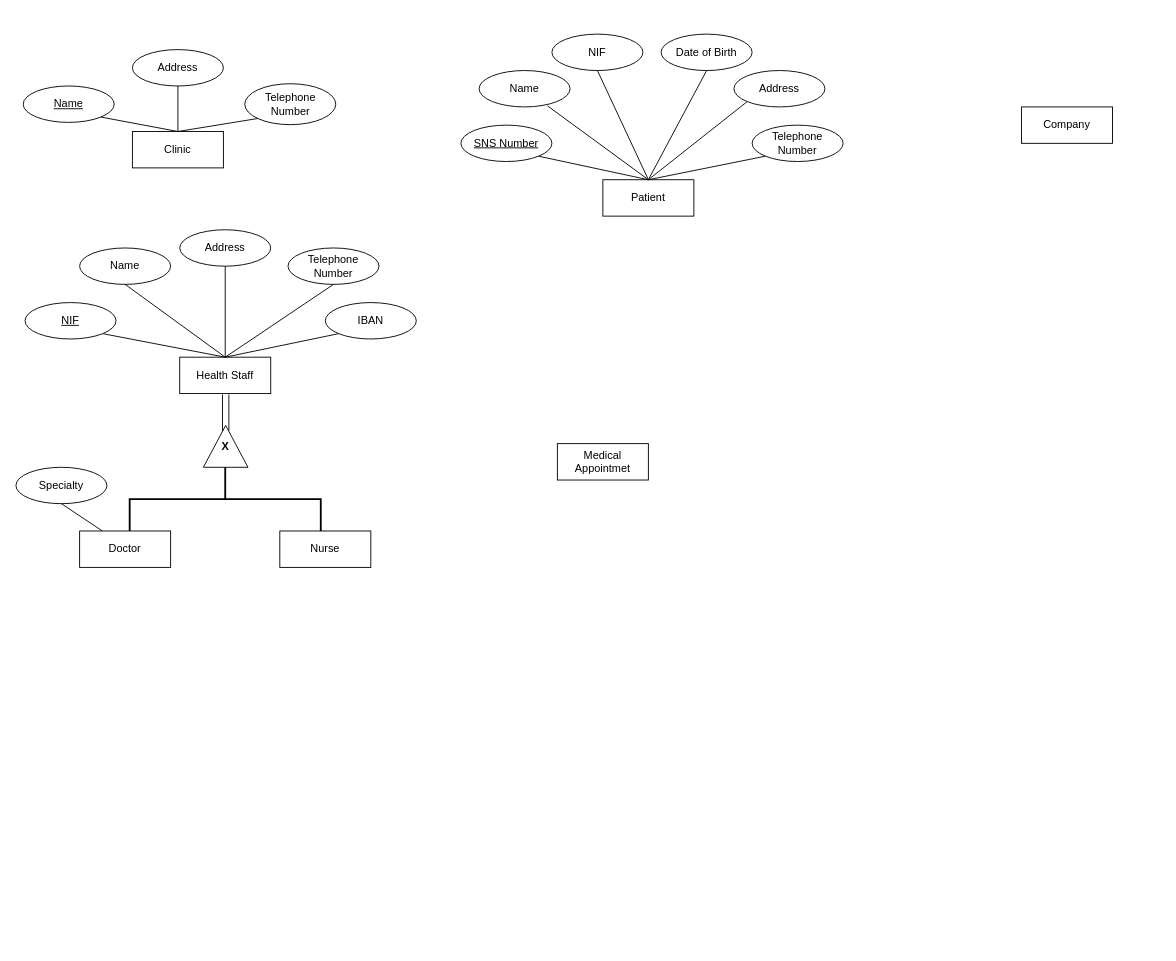
This is Proj.drawio from mariana-marcal-santana/BD.Health-DB-Manager, a draw.io file, before an edit. Source tidied: cells renumbered, new cells numbered last; positions are measured from the earlier drawing's top-left corner, leaving out a move shared by most shapes. Both pictures are drawn from the tidied source at 91%, with x=0, y=0 at pixel (15, 34).
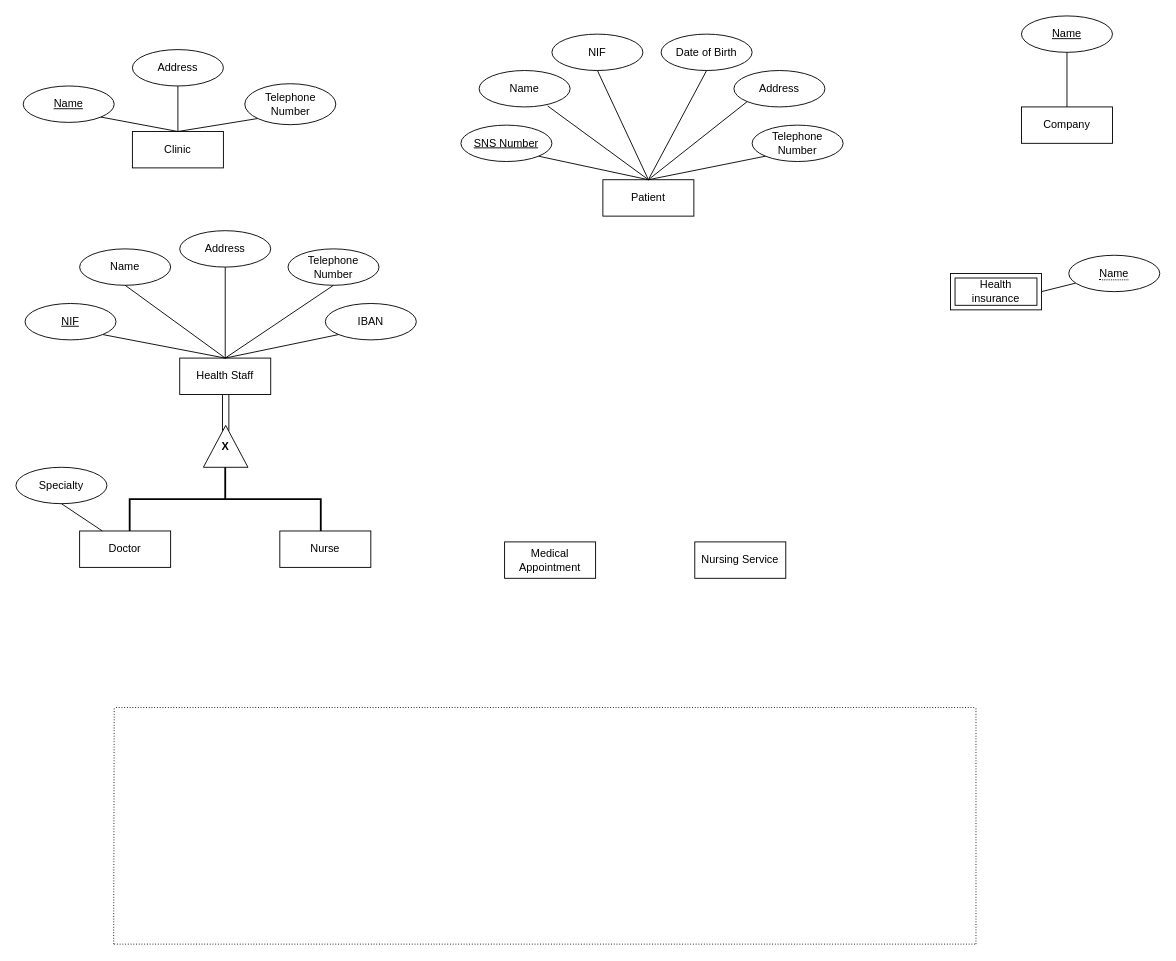
The same page after the edit.

Commit message:
cenas do tic

Unchanged cells that the change refers to:
```xml
<mxCell id="38" value="Company" style="whiteSpace=wrap;html=1;align=center;" parent="1" vertex="1">
  <mxGeometry x="1105" y="80" width="100" height="40" as="geometry" />
</mxCell>
```

The edit, as a diff of the source:
```diff
@@
     <mxCell id="9" value="Health Staff" style="whiteSpace=wrap;html=1;align=center;" parent="1" vertex="1">
-      <mxGeometry x="180" y="355" width="100" height="40" as="geometry" />
+      <mxGeometry x="180" y="356" width="100" height="40" as="geometry" />
     </mxCell>
@@
     <mxCell id="11" value="Name" style="ellipse;whiteSpace=wrap;html=1;align=center;" parent="1" vertex="1">
-      <mxGeometry x="70" y="235" width="100" height="40" as="geometry" />
+      <mxGeometry x="70" y="236" width="100" height="40" as="geometry" />
     </mxCell>
     <mxCell id="12" value="Address" style="ellipse;whiteSpace=wrap;html=1;align=center;" parent="1" vertex="1">
-      <mxGeometry x="180" y="215" width="100" height="40" as="geometry" />
+      <mxGeometry x="180" y="216" width="100" height="40" as="geometry" />
     </mxCell>
     <mxCell id="13" value="Telephone Number" style="ellipse;whiteSpace=wrap;html=1;align=center;" parent="1" vertex="1">
-      <mxGeometry x="299" y="235" width="100" height="40" as="geometry" />
+      <mxGeometry x="299" y="236" width="100" height="40" as="geometry" />
     </mxCell>
     <mxCell id="14" value="IBAN" style="ellipse;whiteSpace=wrap;html=1;align=center;" parent="1" vertex="1">
-      <mxGeometry x="340" y="295" width="100" height="40" as="geometry" />
+      <mxGeometry x="340" y="296" width="100" height="40" as="geometry" />
     </mxCell>
     <mxCell id="15" value="NIF" style="ellipse;whiteSpace=wrap;html=1;align=center;fontStyle=4;" parent="1" vertex="1">
-      <mxGeometry x="10" y="295" width="100" height="40" as="geometry" />
+      <mxGeometry x="10" y="296" width="100" height="40" as="geometry" />
     </mxCell>
@@
-    <mxCell id="43" value="Medical Appointmet" style="whiteSpace=wrap;html=1;align=center;" parent="1" vertex="1">
-      <mxGeometry x="595" y="450" width="100" height="40" as="geometry" />
+    <mxCell id="43" value="Medical Appointment" style="whiteSpace=wrap;html=1;align=center;" parent="1" vertex="1">
+      <mxGeometry x="537" y="558" width="100" height="40" as="geometry" />
     </mxCell>
+    <mxCell id="44" style="endArrow=none;html=1;rounded=0;exitX=1;exitY=0.5;exitDx=0;exitDy=0;" parent="1" edge="1" source="45" target="46">
+      <mxGeometry relative="1" as="geometry" />
+    </mxCell>
+    <mxCell id="45" value="Health insurance" style="shape=ext;margin=3;double=1;whiteSpace=wrap;html=1;align=center;" parent="1" vertex="1">
+      <mxGeometry x="1027" y="263" width="100" height="40" as="geometry" />
+    </mxCell>
+    <mxCell id="46" value="&lt;span style=&quot;border-bottom: 1px dotted&quot;&gt;Name&lt;br&gt;&lt;/span&gt;" style="ellipse;whiteSpace=wrap;html=1;align=center;" parent="1" vertex="1">
+      <mxGeometry x="1157" y="243" width="100" height="40" as="geometry" />
+    </mxCell>
+    <mxCell id="47" value="Nursing Service" style="whiteSpace=wrap;html=1;align=center;" parent="1" vertex="1">
+      <mxGeometry x="746" y="558" width="100" height="40" as="geometry" />
+    </mxCell>
+    <mxCell id="48" value="&lt;div&gt;Name&lt;/div&gt;" style="ellipse;whiteSpace=wrap;html=1;align=center;fontStyle=4;" parent="1" vertex="1">
+      <mxGeometry x="1105" y="-20" width="100" height="40" as="geometry" />
+    </mxCell>
+    <mxCell id="49" style="endArrow=none;html=1;rounded=0;" parent="1" edge="1" source="48" target="38">
+      <mxGeometry relative="1" as="geometry" />
+    </mxCell>
+    <mxCell id="50" style="endArrow=none;html=1;rounded=0;dashed=1;dashPattern=1 2;" parent="1" edge="1">
+      <mxGeometry relative="1" as="geometry">
+        <mxPoint x="110" y="740" as="sourcePoint" />
+        <mxPoint x="1055" y="740" as="targetPoint" />
+      </mxGeometry>
+    </mxCell>
+    <mxCell id="51" style="html=1;whiteSpace=wrap;align=left;verticalAlign=bottom;" parent="50" vertex="1">
+      <mxGeometry x="-1" relative="1" as="geometry" />
+    </mxCell>
+    <mxCell id="52" style="html=1;whiteSpace=wrap;align=right;verticalAlign=bottom;" parent="50" vertex="1">
+      <mxGeometry x="1" relative="1" as="geometry" />
+    </mxCell>
+    <mxCell id="53" style="endArrow=none;html=1;rounded=0;dashed=1;dashPattern=1 2;" parent="1" edge="1">
+      <mxGeometry relative="1" as="geometry">
+        <mxPoint x="1055" y="1000" as="sourcePoint" />
+        <mxPoint x="1055" y="740" as="targetPoint" />
+      </mxGeometry>
+    </mxCell>
+    <mxCell id="54" style="html=1;whiteSpace=wrap;align=left;verticalAlign=bottom;" parent="53" vertex="1">
+      <mxGeometry x="-1" relative="1" as="geometry" />
+    </mxCell>
+    <mxCell id="55" style="html=1;whiteSpace=wrap;align=right;verticalAlign=bottom;" parent="53" vertex="1">
+      <mxGeometry x="1" relative="1" as="geometry" />
+    </mxCell>
+    <mxCell id="56" style="endArrow=none;html=1;rounded=0;dashed=1;dashPattern=1 2;" parent="1" edge="1">
+      <mxGeometry relative="1" as="geometry">
+        <mxPoint x="108" y="1000" as="sourcePoint" />
+        <mxPoint x="1055" y="1000" as="targetPoint" />
+      </mxGeometry>
+    </mxCell>
+    <mxCell id="57" style="html=1;whiteSpace=wrap;align=left;verticalAlign=bottom;" parent="56" vertex="1">
+      <mxGeometry x="-1" relative="1" as="geometry" />
+    </mxCell>
+    <mxCell id="58" style="html=1;whiteSpace=wrap;align=right;verticalAlign=bottom;" parent="56" vertex="1">
+      <mxGeometry x="1" relative="1" as="geometry" />
+    </mxCell>
+    <mxCell id="59" style="endArrow=none;html=1;rounded=0;dashed=1;dashPattern=1 2;" parent="1" edge="1">
+      <mxGeometry relative="1" as="geometry">
+        <mxPoint x="107.4" y="1000" as="sourcePoint" />
+        <mxPoint x="108" y="740" as="targetPoint" />
+      </mxGeometry>
+    </mxCell>
+    <mxCell id="60" style="html=1;whiteSpace=wrap;align=left;verticalAlign=bottom;" parent="59" vertex="1">
+      <mxGeometry x="-1" relative="1" as="geometry" />
+    </mxCell>
+    <mxCell id="61" style="html=1;whiteSpace=wrap;align=right;verticalAlign=bottom;" parent="59" vertex="1">
+      <mxGeometry x="1" relative="1" as="geometry" />
+    </mxCell>
```
